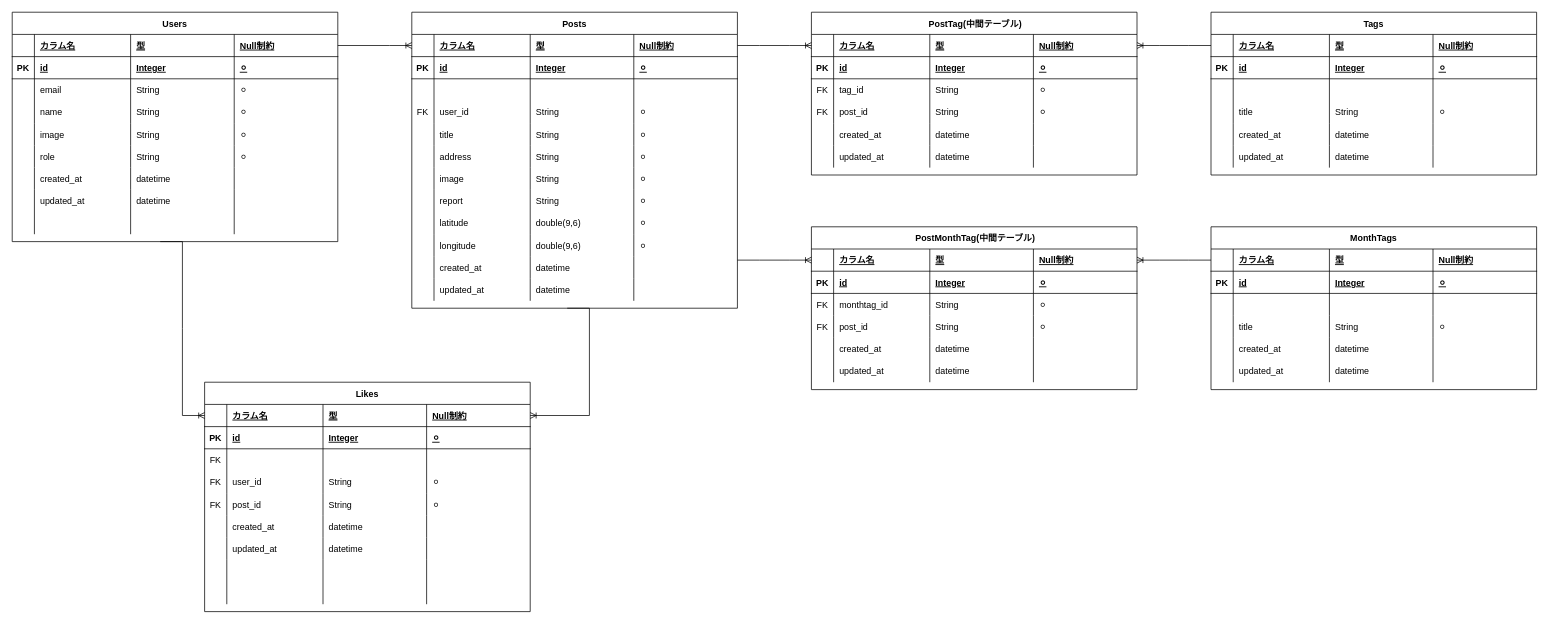
This is ER.drawio from tolbou/IshikawaTrip, a draw.io file, before an edit. Source tidied: cells renumbered, new cells numbered last; positions are measured from the earlier drawing's top-left corner, leaving out a move shared by most shapes. Both pictures are drawn from the tidied source at 74%, with x=0, y=0 at pixel (12, 12).
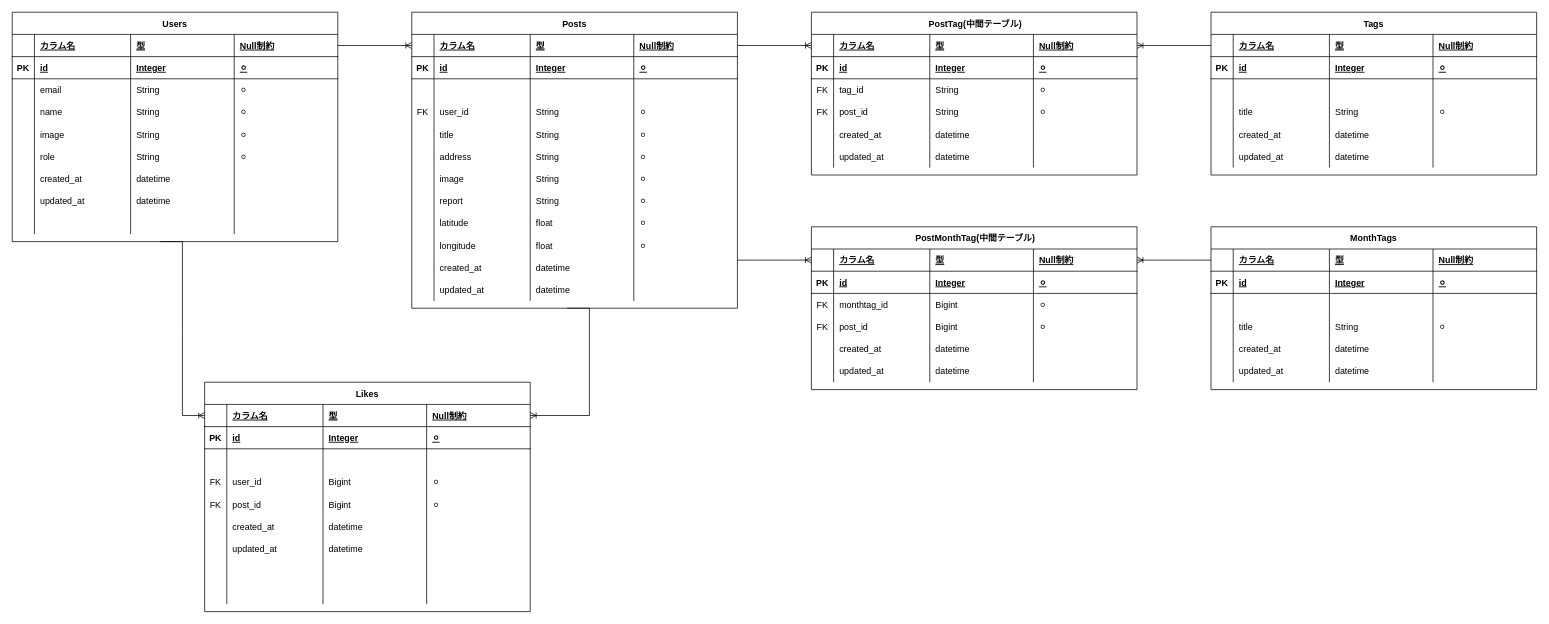
Above is the later version.

The change refers to these unchanged cells:
```xml
<mxCell id="89" style="shape=partialRectangle;fillColor=none;top=0;left=0;right=0;bottom=0;" parent="48" vertex="1">
  <mxGeometry y="270" width="440" height="30" as="geometry" />
</mxCell>
<mxCell id="94" style="shape=partialRectangle;fillColor=none;top=0;left=0;right=0;bottom=0;" parent="48" vertex="1">
  <mxGeometry y="300" width="440" height="30" as="geometry" />
</mxCell>
<mxCell id="191" style="shape=partialRectangle;fillColor=none;top=0;left=0;right=0;bottom=0;" parent="180" vertex="1">
  <mxGeometry y="90" width="440" height="30" as="geometry" />
</mxCell>
<mxCell id="196" style="shape=partialRectangle;fillColor=none;top=0;left=0;right=0;bottom=0;" parent="180" vertex="1">
  <mxGeometry y="120" width="440" height="30" as="geometry" />
</mxCell>
<mxCell id="201" style="shape=partialRectangle;fillColor=none;top=0;left=0;right=0;bottom=0;" parent="180" vertex="1">
  <mxGeometry y="150" width="440" height="30" as="geometry" />
</mxCell>
<mxCell id="239" style="shape=partialRectangle;fillColor=none;top=0;left=0;right=0;bottom=0;" parent="228" vertex="1">
  <mxGeometry y="90" width="440" height="30" as="geometry" />
</mxCell>
<mxCell id="244" style="shape=partialRectangle;fillColor=none;top=0;left=0;right=0;bottom=0;" parent="228" vertex="1">
  <mxGeometry y="120" width="440" height="30" as="geometry" />
</mxCell>
```

The edit, as a diff of the source:
```diff
@@
-    <mxCell id="92" value="double(9,6)" style="shape=partialRectangle;overflow=hidden;fillColor=none;top=0;left=0;bottom=0;right=0;align=left;spacingLeft=6;" parent="89" vertex="1">
+    <mxCell id="92" value="float" style="shape=partialRectangle;overflow=hidden;fillColor=none;top=0;left=0;bottom=0;right=0;align=left;spacingLeft=6;" parent="89" vertex="1">
       <mxGeometry x="160" width="140" height="30" as="geometry" />
     </mxCell>
@@
-    <mxCell id="97" value="double(9,6)" style="shape=partialRectangle;overflow=hidden;fillColor=none;top=0;left=0;bottom=0;right=0;align=left;spacingLeft=6;" parent="94" vertex="1">
+    <mxCell id="97" value="float" style="shape=partialRectangle;overflow=hidden;fillColor=none;top=0;left=0;bottom=0;right=0;align=left;spacingLeft=6;" parent="94" vertex="1">
       <mxGeometry x="160" width="140" height="30" as="geometry" />
     </mxCell>
@@
-    <mxCell id="192" value="FK" style="shape=partialRectangle;overflow=hidden;fillColor=none;top=0;left=0;bottom=0;right=0;" parent="191" vertex="1">
+    <mxCell id="192" style="shape=partialRectangle;overflow=hidden;fillColor=none;top=0;left=0;bottom=0;right=0;" parent="191" vertex="1">
       <mxGeometry width="30" height="30" as="geometry" />
     </mxCell>
@@
-    <mxCell id="199" value="String" style="shape=partialRectangle;overflow=hidden;fillColor=none;top=0;left=0;bottom=0;right=0;align=left;spacingLeft=6;" parent="196" vertex="1">
+    <mxCell id="199" value="Bigint" style="shape=partialRectangle;overflow=hidden;fillColor=none;top=0;left=0;bottom=0;right=0;align=left;spacingLeft=6;" parent="196" vertex="1">
       <mxGeometry x="160" width="140" height="30" as="geometry" />
     </mxCell>
@@
-    <mxCell id="204" value="String" style="shape=partialRectangle;overflow=hidden;fillColor=none;top=0;left=0;bottom=0;right=0;align=left;spacingLeft=6;" parent="201" vertex="1">
+    <mxCell id="204" value="Bigint" style="shape=partialRectangle;overflow=hidden;fillColor=none;top=0;left=0;bottom=0;right=0;align=left;spacingLeft=6;" parent="201" vertex="1">
       <mxGeometry x="160" width="140" height="30" as="geometry" />
     </mxCell>
@@
-    <mxCell id="242" value="String" style="shape=partialRectangle;overflow=hidden;fillColor=none;top=0;left=0;bottom=0;right=0;align=left;spacingLeft=6;" parent="239" vertex="1">
+    <mxCell id="242" value="Bigint" style="shape=partialRectangle;overflow=hidden;fillColor=none;top=0;left=0;bottom=0;right=0;align=left;spacingLeft=6;" parent="239" vertex="1">
       <mxGeometry x="160" width="140" height="30" as="geometry" />
     </mxCell>
@@
-    <mxCell id="247" value="String" style="shape=partialRectangle;overflow=hidden;fillColor=none;top=0;left=0;bottom=0;right=0;align=left;spacingLeft=6;" parent="244" vertex="1">
+    <mxCell id="247" value="Bigint" style="shape=partialRectangle;overflow=hidden;fillColor=none;top=0;left=0;bottom=0;right=0;align=left;spacingLeft=6;" parent="244" vertex="1">
       <mxGeometry x="160" width="140" height="30" as="geometry" />
     </mxCell>
```
